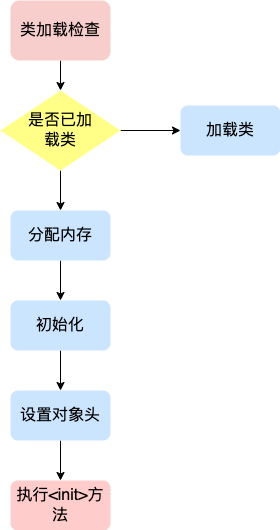
This is java/jvm/JVM - 对象的创建.drawio.png from lihongyiyi/tech-visuals, a draw.io export, as it was before one commit. Source tidied: cells renumbered, new cells last; positions are measured from the earlier drawing's top-left corner, leaving out a move shared by most shapes. Its diagram source:
```xml
<mxGraphModel>
  <root>
    <mxCell id="0" />
    <mxCell id="1" parent="0" />
    <mxCell id="2" style="edgeStyle=orthogonalEdgeStyle;rounded=0;jettySize=auto;html=1;" parent="1" edge="1" source="3" target="6">
      <mxGeometry relative="1" as="geometry" />
    </mxCell>
    <mxCell id="3" value="&lt;font style=&quot;font-size: 16px;&quot;&gt;类加载检查&lt;/font&gt;" style="rounded=1;whiteSpace=wrap;html=1;fillColor=#f8cecc;strokeColor=none;" parent="1" vertex="1">
      <mxGeometry x="10" width="100" height="60" as="geometry" />
    </mxCell>
    <mxCell id="4" style="edgeStyle=orthogonalEdgeStyle;rounded=0;jettySize=auto;html=1;" parent="1" edge="1" source="6" target="8">
      <mxGeometry relative="1" as="geometry" />
    </mxCell>
    <mxCell id="5" style="edgeStyle=orthogonalEdgeStyle;rounded=0;jettySize=auto;html=1;" parent="1" edge="1" source="6" target="9">
      <mxGeometry relative="1" as="geometry" />
    </mxCell>
    <mxCell id="6" value="&lt;font style=&quot;font-size: 16px;&quot;&gt;是否已加&lt;br&gt;载类&lt;/font&gt;" style="rhombus;whiteSpace=wrap;html=1;fillColor=#ffff88;strokeColor=none;" parent="1" vertex="1">
      <mxGeometry y="90" width="120" height="80" as="geometry" />
    </mxCell>
    <mxCell id="7" style="edgeStyle=orthogonalEdgeStyle;rounded=0;jettySize=auto;html=1;entryX=0.5;entryY=0;entryDx=0;entryDy=0;" parent="1" edge="1" source="8" target="11">
      <mxGeometry relative="1" as="geometry" />
    </mxCell>
    <mxCell id="8" value="&lt;font style=&quot;font-size: 16px;&quot;&gt;分配内存&lt;/font&gt;" style="rounded=1;whiteSpace=wrap;html=1;fillColor=#cce5ff;strokeColor=none;" parent="1" vertex="1">
      <mxGeometry x="10" y="210" width="100" height="50" as="geometry" />
    </mxCell>
    <mxCell id="9" value="&lt;font style=&quot;font-size: 16px;&quot;&gt;加载类&lt;/font&gt;" style="rounded=1;whiteSpace=wrap;html=1;fillColor=#cce5ff;strokeColor=none;" parent="1" vertex="1">
      <mxGeometry x="180" y="105" width="100" height="50" as="geometry" />
    </mxCell>
    <mxCell id="10" style="edgeStyle=orthogonalEdgeStyle;rounded=0;jettySize=auto;html=1;" parent="1" edge="1" source="11" target="13">
      <mxGeometry relative="1" as="geometry" />
    </mxCell>
    <mxCell id="11" value="&lt;font style=&quot;font-size: 16px;&quot;&gt;初始化&lt;/font&gt;" style="rounded=1;whiteSpace=wrap;html=1;fillColor=#cce5ff;strokeColor=none;" parent="1" vertex="1">
      <mxGeometry x="10" y="300" width="100" height="50" as="geometry" />
    </mxCell>
    <mxCell id="12" style="edgeStyle=orthogonalEdgeStyle;rounded=0;jettySize=auto;html=1;" parent="1" edge="1" source="13" target="14">
      <mxGeometry relative="1" as="geometry" />
    </mxCell>
    <mxCell id="13" value="&lt;font style=&quot;font-size: 16px;&quot;&gt;设置对象头&lt;/font&gt;" style="rounded=1;whiteSpace=wrap;html=1;fillColor=#cce5ff;strokeColor=none;" parent="1" vertex="1">
      <mxGeometry x="10" y="390" width="100" height="50" as="geometry" />
    </mxCell>
    <mxCell id="14" value="&lt;font style=&quot;font-size: 16px;&quot;&gt;执行&amp;lt;init&amp;gt;方法&lt;/font&gt;" style="rounded=1;whiteSpace=wrap;html=1;fillColor=#ffcccc;strokeColor=none;" parent="1" vertex="1">
      <mxGeometry x="10" y="480" width="100" height="50" as="geometry" />
    </mxCell>
  </root>
</mxGraphModel>
```
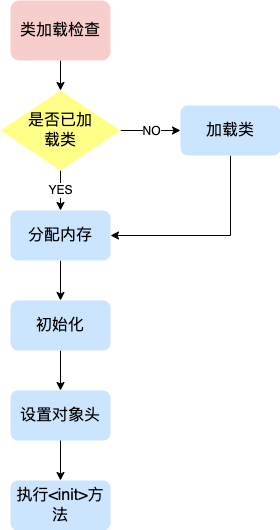
Later version of the same file.

Commit message:
更新JVM - 对象的创建.drawio.png

Diff of the diagram source:
```diff
@@ -8,12 +8,17 @@
     <mxCell id="3" value="&lt;font style=&quot;font-size: 16px;&quot;&gt;类加载检查&lt;/font&gt;" style="rounded=1;whiteSpace=wrap;html=1;fillColor=#f8cecc;strokeColor=none;" parent="1" vertex="1">
       <mxGeometry x="10" width="100" height="60" as="geometry" />
     </mxCell>
-    <mxCell id="4" style="edgeStyle=orthogonalEdgeStyle;rounded=0;jettySize=auto;html=1;" parent="1" edge="1" source="6" target="8">
+    <mxCell id="4" value="YES" style="edgeStyle=orthogonalEdgeStyle;rounded=0;jettySize=auto;html=1;" parent="1" edge="1" source="6" target="8">
       <mxGeometry relative="1" as="geometry" />
     </mxCell>
     <mxCell id="5" style="edgeStyle=orthogonalEdgeStyle;rounded=0;jettySize=auto;html=1;" parent="1" edge="1" source="6" target="9">
       <mxGeometry relative="1" as="geometry" />
     </mxCell>
+    <mxCell id="15" value="NO" style="edgeLabel;html=1;align=center;verticalAlign=middle;" parent="5" vertex="1">
+      <mxGeometry x="-0.29" y="-3" relative="1" as="geometry">
+        <mxPoint x="9" y="-3" as="offset" />
+      </mxGeometry>
+    </mxCell>
     <mxCell id="6" value="&lt;font style=&quot;font-size: 16px;&quot;&gt;是否已加&lt;br&gt;载类&lt;/font&gt;" style="rhombus;whiteSpace=wrap;html=1;fillColor=#ffff88;strokeColor=none;" parent="1" vertex="1">
       <mxGeometry y="90" width="120" height="80" as="geometry" />
     </mxCell>
@@ -23,6 +28,13 @@
     <mxCell id="8" value="&lt;font style=&quot;font-size: 16px;&quot;&gt;分配内存&lt;/font&gt;" style="rounded=1;whiteSpace=wrap;html=1;fillColor=#cce5ff;strokeColor=none;" parent="1" vertex="1">
       <mxGeometry x="10" y="210" width="100" height="50" as="geometry" />
     </mxCell>
+    <mxCell id="16" style="edgeStyle=orthogonalEdgeStyle;rounded=0;jettySize=auto;html=1;entryX=1;entryY=0.5;entryDx=0;entryDy=0;" parent="1" edge="1" source="9" target="8">
+      <mxGeometry relative="1" as="geometry">
+        <Array as="points">
+          <mxPoint x="230" y="235" />
+        </Array>
+      </mxGeometry>
+    </mxCell>
     <mxCell id="9" value="&lt;font style=&quot;font-size: 16px;&quot;&gt;加载类&lt;/font&gt;" style="rounded=1;whiteSpace=wrap;html=1;fillColor=#cce5ff;strokeColor=none;" parent="1" vertex="1">
       <mxGeometry x="180" y="105" width="100" height="50" as="geometry" />
     </mxCell>
@@ -38,7 +50,7 @@
     <mxCell id="13" value="&lt;font style=&quot;font-size: 16px;&quot;&gt;设置对象头&lt;/font&gt;" style="rounded=1;whiteSpace=wrap;html=1;fillColor=#cce5ff;strokeColor=none;" parent="1" vertex="1">
       <mxGeometry x="10" y="390" width="100" height="50" as="geometry" />
     </mxCell>
-    <mxCell id="14" value="&lt;font style=&quot;font-size: 16px;&quot;&gt;执行&amp;lt;init&amp;gt;方法&lt;/font&gt;" style="rounded=1;whiteSpace=wrap;html=1;fillColor=#ffcccc;strokeColor=none;" parent="1" vertex="1">
+    <mxCell id="14" value="&lt;font style=&quot;font-size: 16px;&quot;&gt;执行&amp;lt;init&amp;gt;方法&lt;/font&gt;" style="rounded=1;whiteSpace=wrap;html=1;fillColor=#cce5ff;strokeColor=none;" parent="1" vertex="1">
       <mxGeometry x="10" y="480" width="100" height="50" as="geometry" />
     </mxCell>
   </root>
```
